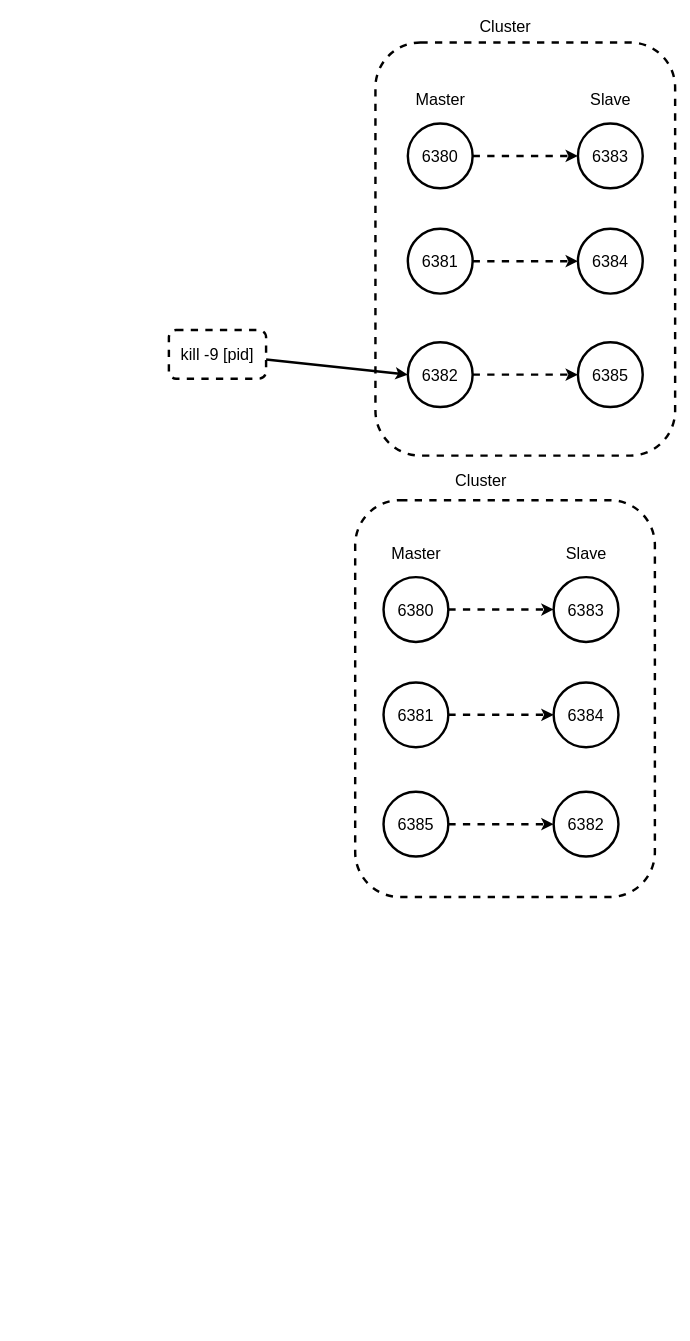
The draw.io diagram redis-cluster.drawio in Mvbbb/draw.io-diagrams, before the edit. Source tidied: cells renumbered, new cells numbered last; positions are measured from the earlier drawing's top-left corner, leaving out a move shared by most shapes. Both pictures are drawn from the tidied source at 81%, with x=0, y=0 at pixel (168, 14).
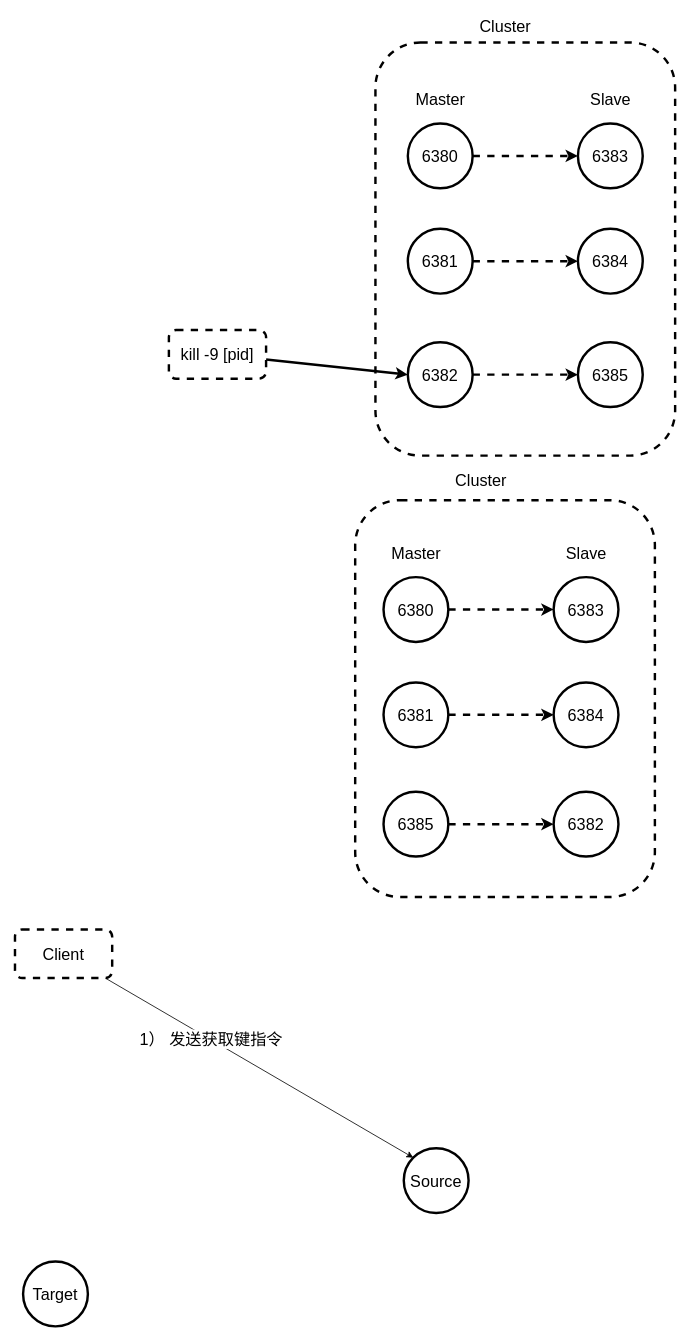
Above is the later version.

The edit, as a diff of the source:
```diff
@@
+    <mxCell id="30" style="rounded=0;jettySize=auto;html=1;entryX=0;entryY=0;entryDx=0;entryDy=0;fontSize=20;" parent="1" edge="1" source="32" target="33">
+      <mxGeometry relative="1" as="geometry" />
+    </mxCell>
+    <mxCell id="31" value="1） 发送获取键指令" style="edgeLabel;align=center;verticalAlign=middle;fontSize=20;rotation=0;labelBorderColor=none;html=1;horizontal=1;" parent="30" vertex="1">
+      <mxGeometry x="-0.32" y="1" relative="1" as="geometry" />
+    </mxCell>
+    <mxCell id="32" value="Client" style="rounded=1;whiteSpace=wrap;html=1;strokeWidth=3;fontSize=20;dashed=1;" parent="1" vertex="1">
+      <mxGeometry x="-190" y="1130" width="120" height="60" as="geometry" />
+    </mxCell>
+    <mxCell id="33" value="Source" style="ellipse;whiteSpace=wrap;html=1;strokeWidth=3;fontSize=20;" parent="1" vertex="1">
+      <mxGeometry x="290" y="1400" width="80" height="80" as="geometry" />
+    </mxCell>
+    <mxCell id="34" value="Target" style="ellipse;whiteSpace=wrap;html=1;strokeWidth=3;fontSize=20;" parent="1" vertex="1">
+      <mxGeometry x="-180" y="1540" width="80" height="80" as="geometry" />
+    </mxCell>
```
